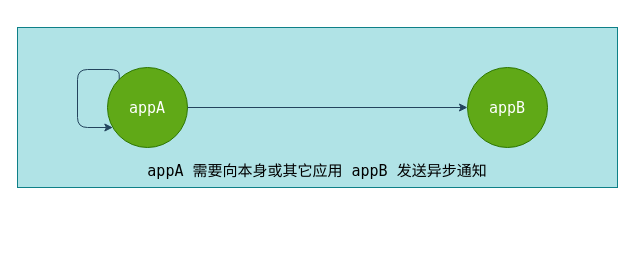
Above: NotifyAgent.drawio in dendi875/draw (draw.io), before the change. Source tidied: cells renumbered, new cells numbered last; positions are measured from the earlier drawing's top-left corner, leaving out a move shared by most shapes. Both pictures are drawn from the tidied source at 100%, with x=0, y=0 at pixel (17, 27).
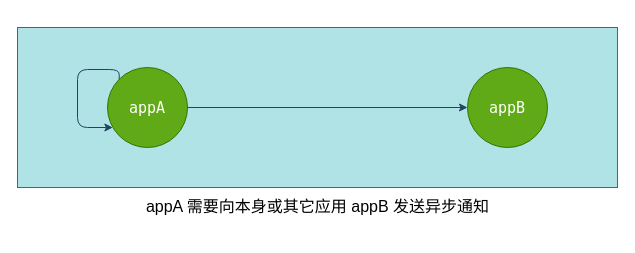
After the change.

The edit, as a diff of the source:
```diff
@@
 <mxGraphModel>
   <root>
     <mxCell id="0" />
     <mxCell id="1" parent="0" />
-    <mxCell id="2" value="&lt;br&gt;&lt;br&gt;&lt;br&gt;&lt;br&gt;&lt;br&gt;&lt;br&gt;&lt;br&gt;&lt;br&gt;appA 需要向本身或其它应用 appB 发送异步通知&lt;br&gt;&lt;div style=&quot;text-align: left&quot;&gt;&lt;br style=&quot;white-space: nowrap&quot;&gt;&lt;/div&gt;" style="rounded=0;whiteSpace=wrap;html=1;fontFamily=Lucida Console;fontSize=15;fillColor=#b0e3e6;strokeColor=#0e8088;" parent="1" vertex="1">
+    <mxCell id="2" style="rounded=0;whiteSpace=wrap;html=1;fontFamily=Lucida Console;fontSize=15;fillColor=#b0e3e6;strokeColor=#0e8088;" parent="1" vertex="1">
       <mxGeometry width="600" height="160" as="geometry" />
     </mxCell>
     <mxCell id="3" value="appA" style="ellipse;whiteSpace=wrap;html=1;fontFamily=Lucida Console;fontSize=15;fillColor=#60a917;strokeColor=#2D7600;fontColor=#ffffff;" parent="1" vertex="1">
       <mxGeometry x="90" y="40" width="80" height="80" as="geometry" />
     </mxCell>
     <mxCell id="4" value="appB" style="ellipse;whiteSpace=wrap;html=1;fontFamily=Lucida Console;fontSize=15;fillColor=#60a917;strokeColor=#2D7600;fontColor=#ffffff;" parent="1" vertex="1">
       <mxGeometry x="450" y="40" width="80" height="80" as="geometry" />
     </mxCell>
     <mxCell id="5" style="endArrow=classic;html=1;fontFamily=Lucida Console;fontSize=15;exitX=1;exitY=0.5;exitDx=0;exitDy=0;fillColor=#bac8d3;strokeColor=#23445d;" parent="1" edge="1" source="3">
       <mxGeometry relative="1" as="geometry">
         <mxPoint x="450" y="80" as="targetPoint" />
         <Array as="points">
           <mxPoint x="450" y="80" />
         </Array>
       </mxGeometry>
     </mxCell>
     <mxCell id="6" style="edgeStyle=elbowEdgeStyle;elbow=horizontal;endArrow=classic;html=1;fontFamily=Lucida Console;fontSize=15;exitX=0;exitY=0.5;exitDx=0;exitDy=0;" parent="1" edge="1" source="3" target="2">
       <mxGeometry relative="1" as="geometry">
         <Array as="points">
           <mxPoint x="50" y="120" />
           <mxPoint x="60" y="130" />
           <mxPoint x="70" y="80" />
         </Array>
       </mxGeometry>
     </mxCell>
     <mxCell id="7" style="edgeStyle=segmentEdgeStyle;endArrow=classic;html=1;fontFamily=Lucida Console;fontSize=15;exitX=0;exitY=0;exitDx=0;exitDy=0;fillColor=#bac8d3;strokeColor=#23445d;" parent="1" edge="1" source="3" target="3">
       <mxGeometry relative="1" as="geometry">
         <Array as="points">
           <mxPoint x="102" y="42" />
           <mxPoint x="60" y="42" />
           <mxPoint x="60" y="100" />
         </Array>
       </mxGeometry>
     </mxCell>
+    <mxCell id="8" value="&lt;font style=&quot;font-size: 16px&quot;&gt;&lt;br&gt;&lt;br&gt;&lt;br&gt;appA 需要向本身或其它应用 appB 发送异步通知&lt;br&gt;&lt;/font&gt;&lt;div style=&quot;text-align: left ; font-size: 16px&quot;&gt;&lt;br style=&quot;font-family: &amp;#34;lucida console&amp;#34;&quot;&gt;&lt;/div&gt;" style="text;html=1;align=center;verticalAlign=middle;" parent="1" vertex="1">
+      <mxGeometry x="120" y="120" width="360" height="80" as="geometry" />
+    </mxCell>
   </root>
 </mxGraphModel>
```
